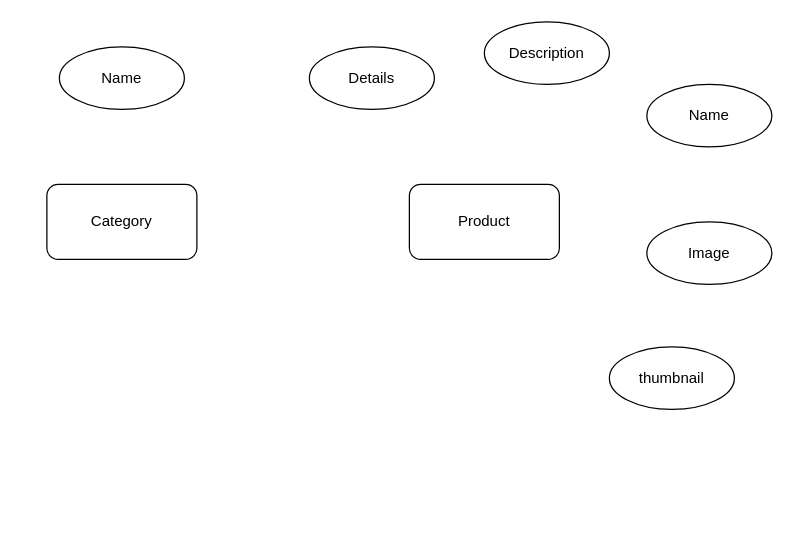
Earlier version of the draw.io diagram diagrams/WEB.drawio (JeeJay23/diagrams). Source tidied: cells renumbered, new cells numbered last; positions are measured from the earlier drawing's top-left corner, leaving out a move shared by most shapes. Both pictures are drawn from the tidied source at 125%, with x=0, y=0 at pixel (46, 21).
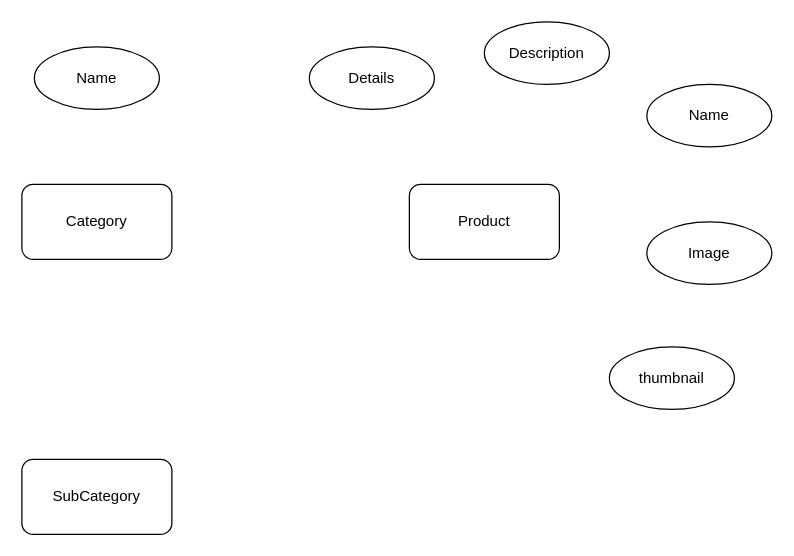
The same page after the edit.

Change to the diagram source:
```diff
@@
 <mxGraphModel>
   <root>
     <mxCell id="0" />
     <mxCell id="1" parent="0" />
     <mxCell id="2" value="Product" style="rounded=1;whiteSpace=wrap;html=1;" parent="1" vertex="1">
       <mxGeometry x="290" y="130" width="120" height="60" as="geometry" />
     </mxCell>
     <mxCell id="3" value="Description" style="ellipse;whiteSpace=wrap;html=1;" parent="1" vertex="1">
       <mxGeometry x="350" width="100" height="50" as="geometry" />
     </mxCell>
     <mxCell id="4" value="Details" style="ellipse;whiteSpace=wrap;html=1;" parent="1" vertex="1">
       <mxGeometry x="210" y="20" width="100" height="50" as="geometry" />
     </mxCell>
     <mxCell id="5" value="Image" style="ellipse;whiteSpace=wrap;html=1;" parent="1" vertex="1">
       <mxGeometry x="480" y="160" width="100" height="50" as="geometry" />
     </mxCell>
     <mxCell id="6" value="thumbnail" style="ellipse;whiteSpace=wrap;html=1;" parent="1" vertex="1">
       <mxGeometry x="450" y="260" width="100" height="50" as="geometry" />
     </mxCell>
     <mxCell id="7" value="Category" style="rounded=1;whiteSpace=wrap;html=1;" parent="1" vertex="1">
-      <mxGeometry y="130" width="120" height="60" as="geometry" />
+      <mxGeometry x="-20" y="130" width="120" height="60" as="geometry" />
     </mxCell>
     <mxCell id="8" value="Name" style="ellipse;whiteSpace=wrap;html=1;" parent="1" vertex="1">
-      <mxGeometry x="10" y="20" width="100" height="50" as="geometry" />
+      <mxGeometry x="-10" y="20" width="100" height="50" as="geometry" />
     </mxCell>
     <mxCell id="9" value="Name" style="ellipse;whiteSpace=wrap;html=1;" parent="1" vertex="1">
       <mxGeometry x="480" y="50" width="100" height="50" as="geometry" />
     </mxCell>
+    <mxCell id="10" value="SubCategory" style="rounded=1;whiteSpace=wrap;html=1;" parent="1" vertex="1">
+      <mxGeometry x="-20" y="350" width="120" height="60" as="geometry" />
+    </mxCell>
   </root>
 </mxGraphModel>
```
